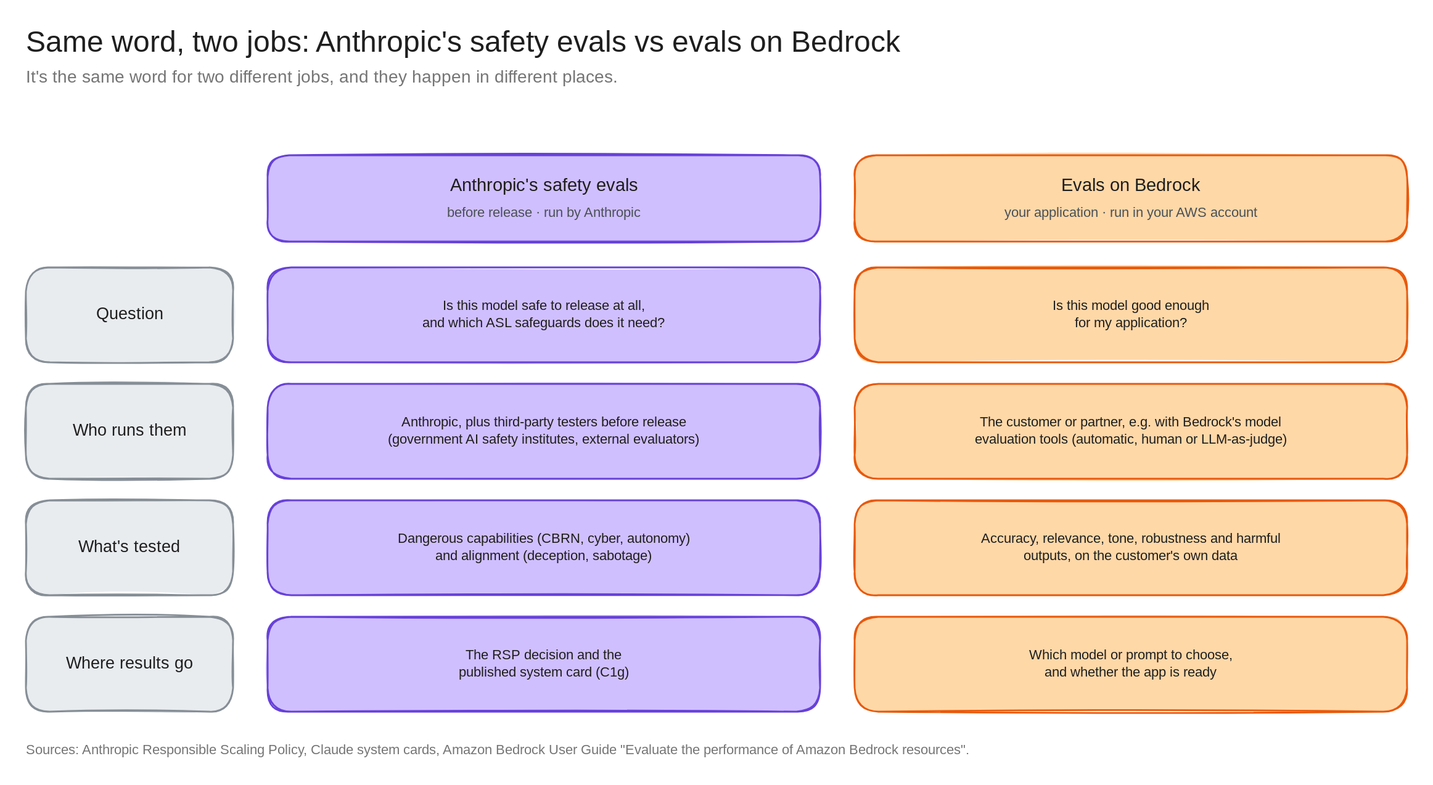
Before: architecture-diagrams/claude-anz-infra-excalidraw/diagrams/c1h-two-kinds-of-evals.excalidraw.svg, a diagram exported from Excalidraw (bsnehanshu/slides). Source tidied: one line per element, renumbered; positions are measured from the earlier drawing's top-left corner, leaving out a move shared by most shapes.
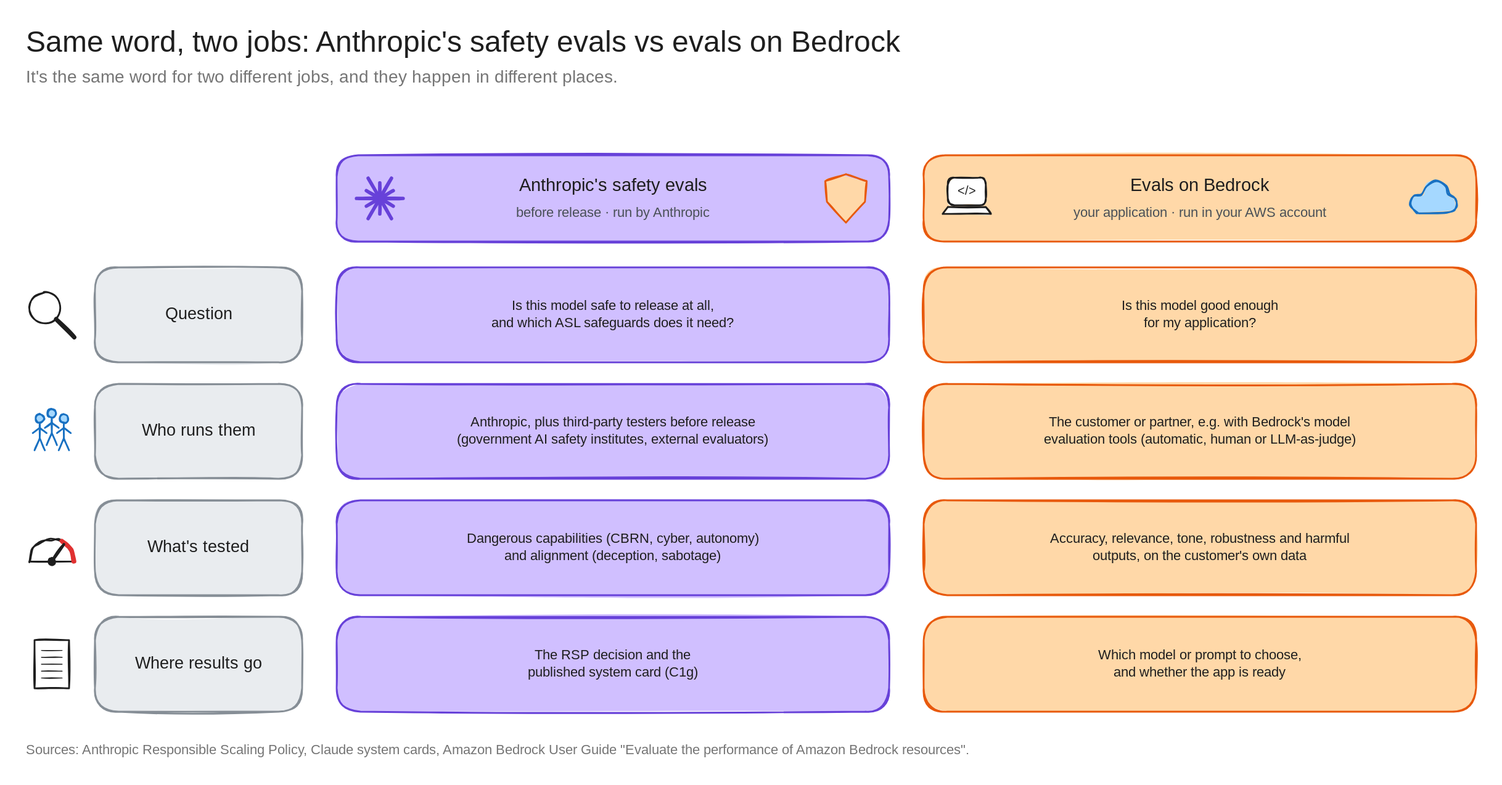
The same file after the commit.

What changed in the source:
```diff
@@ -1,33 +1,75 @@
-{"id": 0, "type": "text", "text": "Same word, two jobs: Anthropic's safety evals vs evals on Bedrock", "strokeColor": "#1e1e1e", "strokeWidth": 2, "roughness": 1, "fontSize": 34, "fontFamily": 5, "x": 0, "y": 0, "width": 1110, "height": 42}
+{"id": 0, "type": "text", "text": "Same word, two jobs: Anthropic's safety evals vs evals on Bedrock", "strokeColor": "#1e1e1e", "strokeWidth": 2, "roughness": 1, "fontSize": 34, "fontFamily": 5, "x": -80, "y": 0, "width": 1110, "height": 42}
-{"id": 1, "type": "text", "text": "It's the same word for two different jobs, and they happen in different places.", "strokeColor": "#757575", "strokeWidth": 2, "roughness": 1, "fontSize": 20, "fontFamily": 5, "x": 0, "y": 48, "width": 776, "height": 25}
+{"id": 1, "type": "text", "text": "It's the same word for two different jobs, and they happen in different places.", "strokeColor": "#757575", "strokeWidth": 2, "roughness": 1, "fontSize": 20, "fontFamily": 5, "x": -80, "y": 48, "width": 776, "height": 25}
 {"id": 2, "type": "rectangle", "strokeColor": "#6741d9", "backgroundColor": "#d0bfff", "fillStyle": "solid", "strokeWidth": 2, "roughness": 1, "round": true, "x": 280, "y": 150, "width": 640, "height": 100}
 {"id": 3, "type": "text", "text": "Anthropic's safety evals", "strokeColor": "#1e1e1e", "strokeWidth": 2, "roughness": 1, "fontSize": 21, "fontFamily": 5, "textAlign": "center", "x": 475, "y": 173, "width": 250, "height": 26}
 {"id": 4, "type": "text", "text": "before release · run by Anthropic", "strokeColor": "#495057", "strokeWidth": 2, "roughness": 1, "fontSize": 16, "fontFamily": 5, "textAlign": "center", "x": 472, "y": 207, "width": 256, "height": 20}
 {"id": 5, "type": "rectangle", "strokeColor": "#e8590c", "backgroundColor": "#ffd8a8", "fillStyle": "solid", "strokeWidth": 2, "roughness": 1, "round": true, "x": 960, "y": 150, "width": 640, "height": 100}
 {"id": 6, "type": "text", "text": "Evals on Bedrock", "strokeColor": "#1e1e1e", "strokeWidth": 2, "roughness": 1, "fontSize": 21, "fontFamily": 5, "textAlign": "center", "x": 1190, "y": 173, "width": 179, "height": 26}
 {"id": 7, "type": "text", "text": "your application · run in your AWS account", "strokeColor": "#495057", "strokeWidth": 2, "roughness": 1, "fontSize": 16, "fontFamily": 5, "textAlign": "center", "x": 1115, "y": 207, "width": 330, "height": 20}
+{"id": 33, "type": "line", "strokeColor": "#6741d9", "strokeWidth": 4, "roughness": 1, "x": 330, "y": 200, "width": 27, "height": 0, "points": [[0, 0], [27, 0]]}
+{"id": 34, "type": "line", "strokeColor": "#6741d9", "strokeWidth": 4, "roughness": 1, "x": 330, "y": 200, "width": 16, "height": 9, "points": [[0, 0], [16, 9]]}
+{"id": 35, "type": "line", "strokeColor": "#6741d9", "strokeWidth": 4, "roughness": 1, "x": 330, "y": 200, "width": 14, "height": 23, "points": [[0, 0], [14, 23]]}
+{"id": 36, "type": "line", "strokeColor": "#6741d9", "strokeWidth": 4, "roughness": 1, "x": 330, "y": 200, "width": 0, "height": 18, "points": [[0, 0], [0, 18]]}
+{"id": 37, "type": "line", "strokeColor": "#6741d9", "strokeWidth": 4, "roughness": 1, "x": 330, "y": 200, "width": 14, "height": 23, "points": [[0, 0], [-14, 23]]}
+{"id": 38, "type": "line", "strokeColor": "#6741d9", "strokeWidth": 4, "roughness": 1, "x": 330, "y": 200, "width": 16, "height": 9, "points": [[0, 0], [-16, 9]]}
+{"id": 39, "type": "line", "strokeColor": "#6741d9", "strokeWidth": 4, "roughness": 1, "x": 330, "y": 200, "width": 27, "height": 0, "points": [[0, 0], [-27, 0]]}
+{"id": 40, "type": "line", "strokeColor": "#6741d9", "strokeWidth": 4, "roughness": 1, "x": 330, "y": 200, "width": 16, "height": 9, "points": [[0, 0], [-16, -9]]}
+{"id": 41, "type": "line", "strokeColor": "#6741d9", "strokeWidth": 4, "roughness": 1, "x": 330, "y": 200, "width": 14, "height": 23, "points": [[0, 0], [-14, -23]]}
+{"id": 42, "type": "line", "strokeColor": "#6741d9", "strokeWidth": 4, "roughness": 1, "x": 330, "y": 200, "width": 0, "height": 18, "points": [[0, 0], [0, -18]]}
+{"id": 43, "type": "line", "strokeColor": "#6741d9", "strokeWidth": 4, "roughness": 1, "x": 330, "y": 200, "width": 14, "height": 23, "points": [[0, 0], [14, -23]]}
+{"id": 44, "type": "line", "strokeColor": "#6741d9", "strokeWidth": 4, "roughness": 1, "x": 330, "y": 200, "width": 16, "height": 9, "points": [[0, 0], [16, -9]]}
+{"id": 45, "type": "line", "strokeColor": "#e8590c", "backgroundColor": "#ffd8a8", "fillStyle": "solid", "strokeWidth": 2, "roughness": 1, "x": 870, "y": 172, "width": 48, "height": 56, "points": [[0, 0], [24, 8], [22, 32], [0, 56], [-22, 32], [-24, 8], [0, 0]]}
+{"id": 46, "type": "rectangle", "strokeColor": "#1e1e1e", "backgroundColor": "#ffffff", "fillStyle": "solid", "strokeWidth": 2, "roughness": 1, "round": true, "x": 988, "y": 176, "width": 44, "height": 32}
+{"id": 47, "type": "line", "strokeColor": "#1e1e1e", "backgroundColor": "#ffffff", "fillStyle": "solid", "strokeWidth": 2, "roughness": 1, "x": 982, "y": 218, "width": 56, "height": 8, "points": [[0, 0], [6, -8], [50, -8], [56, 0], [0, 0]]}
+{"id": 48, "type": "text", "text": "</>", "strokeColor": "#1e1e1e", "strokeWidth": 2, "roughness": 1, "fontSize": 14, "fontFamily": 5, "textAlign": "center", "x": 997, "y": 183, "width": 26, "height": 18}
+{"id": 49, "type": "line", "strokeColor": "#1971c2", "backgroundColor": "#a5d8ff", "fillStyle": "solid", "strokeWidth": 2, "roughness": 1, "round": true, "x": 1532, "y": 216, "width": 52, "height": 36, "points": [[0, 0], [-8, -8], [-4, -18], [6, -21], [10, -31], [22, -36], [33, -30], [36, -21], [44, -15], [44, -5], [36, 0], [0, 0]]}
+{"id": 50, "type": "ellipse", "strokeColor": "#1e1e1e", "backgroundColor": "#ffffff", "fillStyle": "solid", "strokeWidth": 2, "roughness": 1, "round": true, "x": -76, "y": 309, "width": 36, "height": 36}
+{"id": 51, "type": "line", "strokeColor": "#1e1e1e", "strokeWidth": 5, "roughness": 1, "x": -45, "y": 340, "width": 21, "height": 21, "points": [[0, 0], [21, 21]]}
 {"id": 8, "type": "rectangle", "strokeColor": "#868e96", "backgroundColor": "#e9ecef", "fillStyle": "solid", "strokeWidth": 2, "roughness": 1, "round": true, "x": 0, "y": 280, "width": 240, "height": 110}
 {"id": 9, "type": "text", "text": "Question", "strokeColor": "#1e1e1e", "strokeWidth": 2, "roughness": 1, "fontSize": 19, "fontFamily": 5, "textAlign": "center", "verticalAlign": "middle", "inside": 8, "x": 78, "y": 323, "width": 85, "height": 24}
 {"id": 10, "type": "rectangle", "strokeColor": "#6741d9", "backgroundColor": "#d0bfff", "fillStyle": "solid", "strokeWidth": 2, "roughness": 1, "round": true, "x": 280, "y": 280, "width": 640, "height": 110}
 {"id": 11, "type": "text", "text": "Is this model safe to release at all,\nand which ASL safeguards does it need?", "strokeColor": "#1e1e1e", "strokeWidth": 2, "roughness": 1, "fontSize": 16, "fontFamily": 5, "textAlign": "center", "verticalAlign": "middle", "inside": 10, "x": 442, "y": 315, "width": 317, "height": 40}
 {"id": 12, "type": "rectangle", "strokeColor": "#e8590c", "backgroundColor": "#ffd8a8", "fillStyle": "solid", "strokeWidth": 2, "roughness": 1, "round": true, "x": 960, "y": 280, "width": 640, "height": 110}
 {"id": 13, "type": "text", "text": "Is this model good enough\nfor my application?", "strokeColor": "#1e1e1e", "strokeWidth": 2, "roughness": 1, "fontSize": 16, "fontFamily": 5, "textAlign": "center", "verticalAlign": "middle", "inside": 12, "x": 1176, "y": 315, "width": 209, "height": 40}
+{"id": 52, "type": "ellipse", "strokeColor": "#1971c2", "backgroundColor": "#a5d8ff", "fillStyle": "solid", "strokeWidth": 2, "roughness": 1, "round": true, "x": -69, "y": 450, "width": 10, "height": 10}
+{"id": 53, "type": "line", "strokeColor": "#1971c2", "strokeWidth": 2, "roughness": 1, "x": -64, "y": 460, "width": 0, "height": 18, "points": [[0, 0], [0, 18]]}
+{"id": 54, "type": "line", "strokeColor": "#1971c2", "strokeWidth": 2, "roughness": 1, "x": -72, "y": 472, "width": 16, "height": 6, "points": [[0, 0], [8, -6], [16, 0]]}
+{"id": 55, "type": "line", "strokeColor": "#1971c2", "strokeWidth": 2, "roughness": 1, "x": -70, "y": 492, "width": 12, "height": 14, "points": [[0, 0], [6, -14], [12, 0]]}
+{"id": 56, "type": "ellipse", "strokeColor": "#1971c2", "backgroundColor": "#a5d8ff", "fillStyle": "solid", "strokeWidth": 2, "roughness": 1, "round": true, "x": -41, "y": 450, "width": 10, "height": 10}
+{"id": 57, "type": "line", "strokeColor": "#1971c2", "strokeWidth": 2, "roughness": 1, "x": -36, "y": 460, "width": 0, "height": 18, "points": [[0, 0], [0, 18]]}
+{"id": 58, "type": "line", "strokeColor": "#1971c2", "strokeWidth": 2, "roughness": 1, "x": -44, "y": 472, "width": 16, "height": 6, "points": [[0, 0], [8, -6], [16, 0]]}
+{"id": 59, "type": "line", "strokeColor": "#1971c2", "strokeWidth": 2, "roughness": 1, "x": -42, "y": 492, "width": 12, "height": 14, "points": [[0, 0], [6, -14], [12, 0]]}
+{"id": 60, "type": "ellipse", "strokeColor": "#1971c2", "backgroundColor": "#a5d8ff", "fillStyle": "solid", "strokeWidth": 2, "roughness": 1, "round": true, "x": -55, "y": 444, "width": 10, "height": 10}
+{"id": 61, "type": "line", "strokeColor": "#1971c2", "strokeWidth": 2, "roughness": 1, "x": -50, "y": 454, "width": 0, "height": 18, "points": [[0, 0], [0, 18]]}
+{"id": 62, "type": "line", "strokeColor": "#1971c2", "strokeWidth": 2, "roughness": 1, "x": -58, "y": 466, "width": 16, "height": 6, "points": [[0, 0], [8, -6], [16, 0]]}
+{"id": 63, "type": "line", "strokeColor": "#1971c2", "strokeWidth": 2, "roughness": 1, "x": -56, "y": 486, "width": 12, "height": 14, "points": [[0, 0], [6, -14], [12, 0]]}
 {"id": 14, "type": "rectangle", "strokeColor": "#868e96", "backgroundColor": "#e9ecef", "fillStyle": "solid", "strokeWidth": 2, "roughness": 1, "round": true, "x": 0, "y": 415, "width": 240, "height": 110}
 {"id": 15, "type": "text", "text": "Who runs them", "strokeColor": "#1e1e1e", "strokeWidth": 2, "roughness": 1, "fontSize": 19, "fontFamily": 5, "textAlign": "center", "verticalAlign": "middle", "inside": 14, "x": 52, "y": 458, "width": 137, "height": 24}
 {"id": 16, "type": "rectangle", "strokeColor": "#6741d9", "backgroundColor": "#d0bfff", "fillStyle": "solid", "strokeWidth": 2, "roughness": 1, "round": true, "x": 280, "y": 415, "width": 640, "height": 110}
 {"id": 17, "type": "text", "text": "Anthropic, plus third-party testers before release\n(government AI safety institutes, external evaluators)", "strokeColor": "#1e1e1e", "strokeWidth": 2, "roughness": 1, "fontSize": 16, "fontFamily": 5, "textAlign": "center", "verticalAlign": "middle", "inside": 16, "x": 384, "y": 450, "width": 432, "height": 40}
 {"id": 18, "type": "rectangle", "strokeColor": "#e8590c", "backgroundColor": "#ffd8a8", "fillStyle": "solid", "strokeWidth": 2, "roughness": 1, "round": true, "x": 960, "y": 415, "width": 640, "height": 110}
 {"id": 19, "type": "text", "text": "The customer or partner, e.g. with Bedrock's model\nevaluation tools (automatic, human or LLM-as-judge)", "strokeColor": "#1e1e1e", "strokeWidth": 2, "roughness": 1, "fontSize": 16, "fontFamily": 5, "textAlign": "center", "verticalAlign": "middle", "inside": 18, "x": 1074, "y": 450, "width": 412, "height": 40}
+{"id": 64, "type": "line", "strokeColor": "#1e1e1e", "strokeWidth": 2, "roughness": 1, "round": true, "x": -76, "y": 621, "width": 52, "height": 26, "points": [[0, 0], [1, -8], [5, -15], [11, -21], [18, -25], [26, -26], [34, -25], [41, -21], [47, -15], [51, -8], [52, 0]]}
+{"id": 65, "type": "line", "strokeColor": "#1e1e1e", "strokeWidth": 2, "roughness": 1, "x": -76, "y": 621, "width": 52, "height": 0, "points": [[0, 0], [52, 0]]}
+{"id": 66, "type": "line", "strokeColor": "#e03131", "strokeWidth": 5, "roughness": 1, "round": true, "x": -38, "y": 598, "width": 14, "height": 23, "points": [[0, 0], [6, 4], [10, 10], [13, 16], [14, 23]]}
+{"id": 67, "type": "line", "strokeColor": "#1e1e1e", "strokeWidth": 3, "roughness": 1, "x": -50, "y": 621, "width": 14, "height": 20, "points": [[0, 0], [14, -20]]}
+{"id": 68, "type": "ellipse", "strokeColor": "#1e1e1e", "backgroundColor": "#1e1e1e", "fillStyle": "solid", "strokeWidth": 2, "roughness": 1, "round": true, "x": -54, "y": 617, "width": 8, "height": 8}
 {"id": 20, "type": "rectangle", "strokeColor": "#868e96", "backgroundColor": "#e9ecef", "fillStyle": "solid", "strokeWidth": 2, "roughness": 1, "round": true, "x": 0, "y": 550, "width": 240, "height": 110}
 {"id": 21, "type": "text", "text": "What's tested", "strokeColor": "#1e1e1e", "strokeWidth": 2, "roughness": 1, "fontSize": 19, "fontFamily": 5, "textAlign": "center", "verticalAlign": "middle", "inside": 20, "x": 53, "y": 593, "width": 134, "height": 24}
 {"id": 22, "type": "rectangle", "strokeColor": "#6741d9", "backgroundColor": "#d0bfff", "fillStyle": "solid", "strokeWidth": 2, "roughness": 1, "round": true, "x": 280, "y": 550, "width": 640, "height": 110}
 {"id": 23, "type": "text", "text": "Dangerous capabilities (CBRN, cyber, autonomy)\nand alignment (deception, sabotage)", "strokeColor": "#1e1e1e", "strokeWidth": 2, "roughness": 1, "fontSize": 16, "fontFamily": 5, "textAlign": "center", "verticalAlign": "middle", "inside": 22, "x": 414, "y": 585, "width": 373, "height": 40}
 {"id": 24, "type": "rectangle", "strokeColor": "#e8590c", "backgroundColor": "#ffd8a8", "fillStyle": "solid", "strokeWidth": 2, "roughness": 1, "round": true, "x": 960, "y": 550, "width": 640, "height": 110}
 {"id": 25, "type": "text", "text": "Accuracy, relevance, tone, robustness and harmful\noutputs, on the customer's own data", "strokeColor": "#1e1e1e", "strokeWidth": 2, "roughness": 1, "fontSize": 16, "fontFamily": 5, "textAlign": "center", "verticalAlign": "middle", "inside": 24, "x": 1086, "y": 585, "width": 388, "height": 40}
+{"id": 69, "type": "rectangle", "strokeColor": "#1e1e1e", "backgroundColor": "#ffffff", "fillStyle": "solid", "strokeWidth": 2, "roughness": 1, "x": -70, "y": 712, "width": 40, "height": 56}
+{"id": 70, "type": "line", "strokeColor": "#1e1e1e", "strokeWidth": 1, "roughness": 1, "x": -62, "y": 724, "width": 24, "height": 0, "points": [[0, 0], [24, 0]]}
+{"id": 71, "type": "line", "strokeColor": "#1e1e1e", "strokeWidth": 1, "roughness": 1, "x": -62, "y": 732, "width": 24, "height": 0, "points": [[0, 0], [24, 0]]}
+{"id": 72, "type": "line", "strokeColor": "#1e1e1e", "strokeWidth": 1, "roughness": 1, "x": -62, "y": 740, "width": 24, "height": 0, "points": [[0, 0], [24, 0]]}
+{"id": 73, "type": "line", "strokeColor": "#1e1e1e", "strokeWidth": 1, "roughness": 1, "x": -62, "y": 748, "width": 24, "height": 0, "points": [[0, 0], [24, 0]]}
+{"id": 74, "type": "line", "strokeColor": "#1e1e1e", "strokeWidth": 1, "roughness": 1, "x": -62, "y": 756, "width": 24, "height": 0, "points": [[0, 0], [24, 0]]}
 {"id": 26, "type": "rectangle", "strokeColor": "#868e96", "backgroundColor": "#e9ecef", "fillStyle": "solid", "strokeWidth": 2, "roughness": 1, "round": true, "x": 0, "y": 685, "width": 240, "height": 110}
 {"id": 27, "type": "text", "text": "Where results go", "strokeColor": "#1e1e1e", "strokeWidth": 2, "roughness": 1, "fontSize": 19, "fontFamily": 5, "textAlign": "center", "verticalAlign": "middle", "inside": 26, "x": 42, "y": 728, "width": 157, "height": 24}
 {"id": 28, "type": "rectangle", "strokeColor": "#6741d9", "backgroundColor": "#d0bfff", "fillStyle": "solid", "strokeWidth": 2, "roughness": 1, "round": true, "x": 280, "y": 685, "width": 640, "height": 110}
 {"id": 29, "type": "text", "text": "The RSP decision and the\npublished system card (C1g)", "strokeColor": "#1e1e1e", "strokeWidth": 2, "roughness": 1, "fontSize": 16, "fontFamily": 5, "textAlign": "center", "verticalAlign": "middle", "inside": 28, "x": 492, "y": 720, "width": 217, "height": 40}
 {"id": 30, "type": "rectangle", "strokeColor": "#e8590c", "backgroundColor": "#ffd8a8", "fillStyle": "solid", "strokeWidth": 2, "roughness": 1, "round": true, "x": 960, "y": 685, "width": 640, "height": 110}
 {"id": 31, "type": "text", "text": "Which model or prompt to choose,\nand whether the app is ready", "strokeColor": "#1e1e1e", "strokeWidth": 2, "roughness": 1, "fontSize": 16, "fontFamily": 5, "textAlign": "center", "verticalAlign": "middle", "inside": 30, "x": 1148, "y": 720, "width": 264, "height": 40}
-{"id": 32, "type": "text", "text": "Sources: Anthropic Responsible Scaling Policy, Claude system cards, Amazon Bedrock User Guide \"Evaluate the performance of Amazon Bedrock resources\".", "strokeColor": "#757575", "strokeWidth": 2, "roughness": 1, "fontSize": 16, "fontFamily": 5, "x": 0, "y": 830, "width": 1211, "height": 20}
+{"id": 32, "type": "text", "text": "Sources: Anthropic Responsible Scaling Policy, Claude system cards, Amazon Bedrock User Guide \"Evaluate the performance of Amazon Bedrock resources\".", "strokeColor": "#757575", "strokeWidth": 2, "roughness": 1, "fontSize": 16, "fontFamily": 5, "x": -80, "y": 830, "width": 1211, "height": 20}
```
